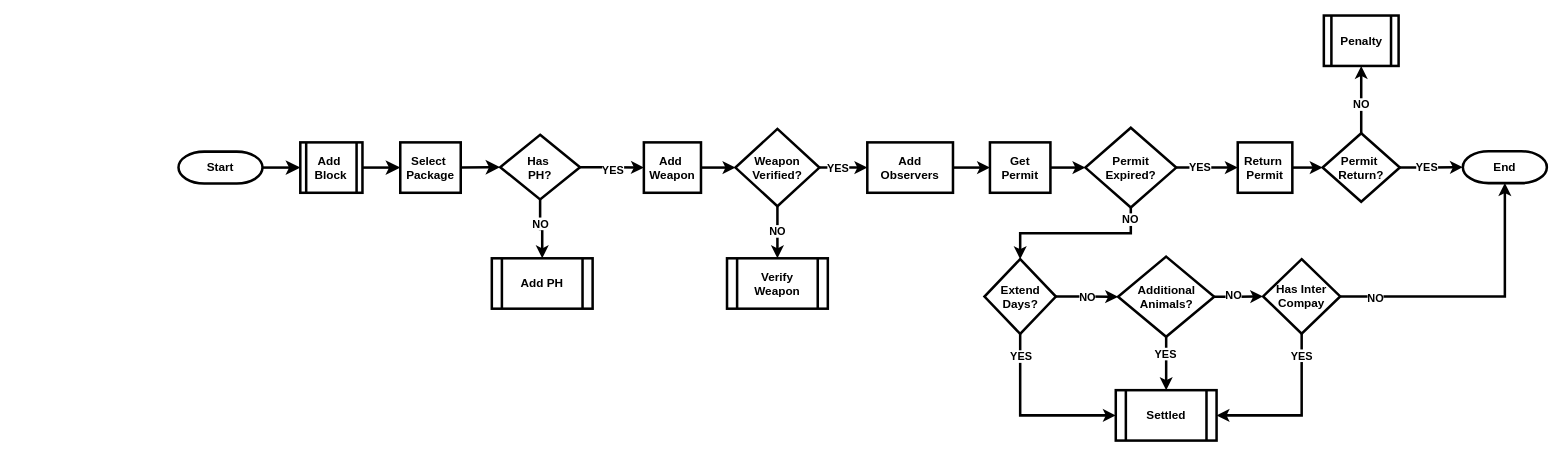
Before: page "HuntingSafariPermitApplication" (4 of 10) of TourismHunting/Tourism_Hunting_Flow.drawio in MbalamulaS/portal2-diagram, a draw.io diagram. Source tidied: cells renumbered, new cells numbered last; positions are measured from the earlier drawing's top-left corner, leaving out a move shared by most shapes. Both pictures are drawn from the tidied source at 84%, with x=0, y=0 at pixel (178, 15).
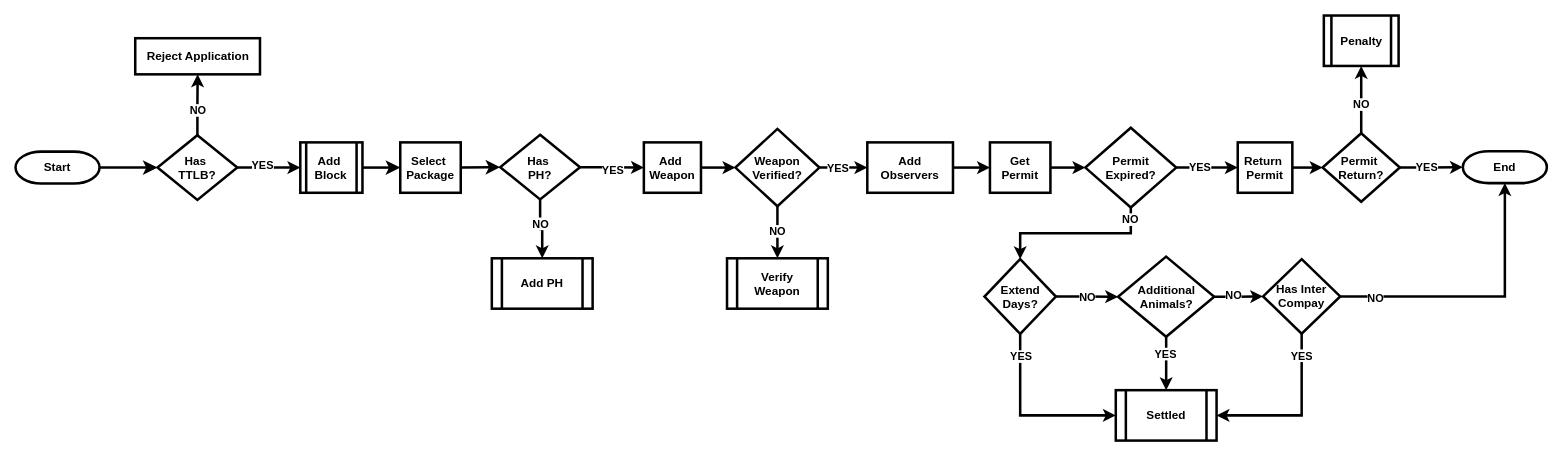
The same page after the edit.

Unchanged cells that the change refers to:
```xml
<mxCell id="8" value="&lt;div&gt;Add&amp;nbsp;&lt;/div&gt;&lt;div&gt;Block&lt;/div&gt;" style="shape=process;whiteSpace=wrap;html=1;backgroundOutline=1;fontSize=14;fontStyle=1;strokeWidth=3;" parent="1" vertex="1">
  <mxGeometry x="145" y="151" width="74" height="60" as="geometry" />
</mxCell>
```

Diff of the diagram source:
```diff
@@
-    <mxCell id="2" style="edgeStyle=none;curved=1;rounded=0;jettySize=auto;html=1;fontSize=12;startSize=8;endSize=8;strokeWidth=3;entryX=0;entryY=0.5;entryDx=0;entryDy=0;" parent="1" edge="1" source="3" target="8">
-      <mxGeometry relative="1" as="geometry" />
-    </mxCell>
-    <mxCell id="3" value="&lt;span&gt;&lt;font&gt;Start&lt;/font&gt;&lt;/span&gt;" style="strokeWidth=3;html=1;shape=mxgraph.flowchart.terminator;whiteSpace=wrap;fontSize=14;fontStyle=1;" parent="1" vertex="1">
-      <mxGeometry y="162" width="100" height="38" as="geometry" />
-    </mxCell>
@@
+    <mxCell id="56" style="edgeStyle=none;curved=1;rounded=0;jettySize=auto;html=1;fontSize=12;startSize=8;endSize=8;strokeWidth=3;entryX=0;entryY=0.5;entryDx=0;entryDy=0;" parent="1" edge="1" source="3" target="61">
+      <mxGeometry relative="1" as="geometry" />
+    </mxCell>
+    <mxCell id="3" value="&lt;span&gt;&lt;font&gt;Start&lt;/font&gt;&lt;/span&gt;" style="strokeWidth=3;html=1;shape=mxgraph.flowchart.terminator;whiteSpace=wrap;fontSize=14;fontStyle=1;" parent="1" vertex="1">
+      <mxGeometry x="-194" y="162" width="100" height="38" as="geometry" />
+    </mxCell>
+    <mxCell id="57" style="edgeStyle=orthogonalEdgeStyle;rounded=0;jettySize=auto;html=1;strokeWidth=3;" parent="1" edge="1" source="61" target="8">
+      <mxGeometry relative="1" as="geometry" />
+    </mxCell>
+    <mxCell id="58" value="&lt;font style=&quot;font-size: 13px;&quot;&gt;&lt;b&gt;YES&lt;/b&gt;&lt;/font&gt;" style="edgeLabel;html=1;align=center;verticalAlign=middle;" parent="57" vertex="1">
+      <mxGeometry x="-0.23" y="4" relative="1" as="geometry" />
+    </mxCell>
+    <mxCell id="59" style="edgeStyle=orthogonalEdgeStyle;rounded=0;jettySize=auto;html=1;strokeWidth=3;" parent="1" edge="1" source="61" target="62">
+      <mxGeometry relative="1" as="geometry" />
+    </mxCell>
+    <mxCell id="60" value="&lt;font style=&quot;font-size: 13px;&quot;&gt;&lt;b&gt;NO&lt;/b&gt;&lt;/font&gt;" style="edgeLabel;html=1;align=center;verticalAlign=middle;" parent="59" vertex="1">
+      <mxGeometry x="-0.16" y="1" relative="1" as="geometry">
+        <mxPoint x="1" y="1" as="offset" />
+      </mxGeometry>
+    </mxCell>
+    <mxCell id="61" value="&lt;div&gt;Has&amp;nbsp;&lt;/div&gt;&lt;div&gt;TTLB?&lt;/div&gt;" style="rhombus;whiteSpace=wrap;html=1;fontSize=14;fontStyle=1;strokeWidth=3;" parent="1" vertex="1">
+      <mxGeometry x="-25" y="142.5" width="95" height="77" as="geometry" />
+    </mxCell>
+    <mxCell id="62" value="Reject Application" style="whiteSpace=wrap;html=1;fontSize=14;fontStyle=1;strokeWidth=3;" parent="1" vertex="1">
+      <mxGeometry x="-51.5" y="27" width="148.5" height="43" as="geometry" />
+    </mxCell>
```
